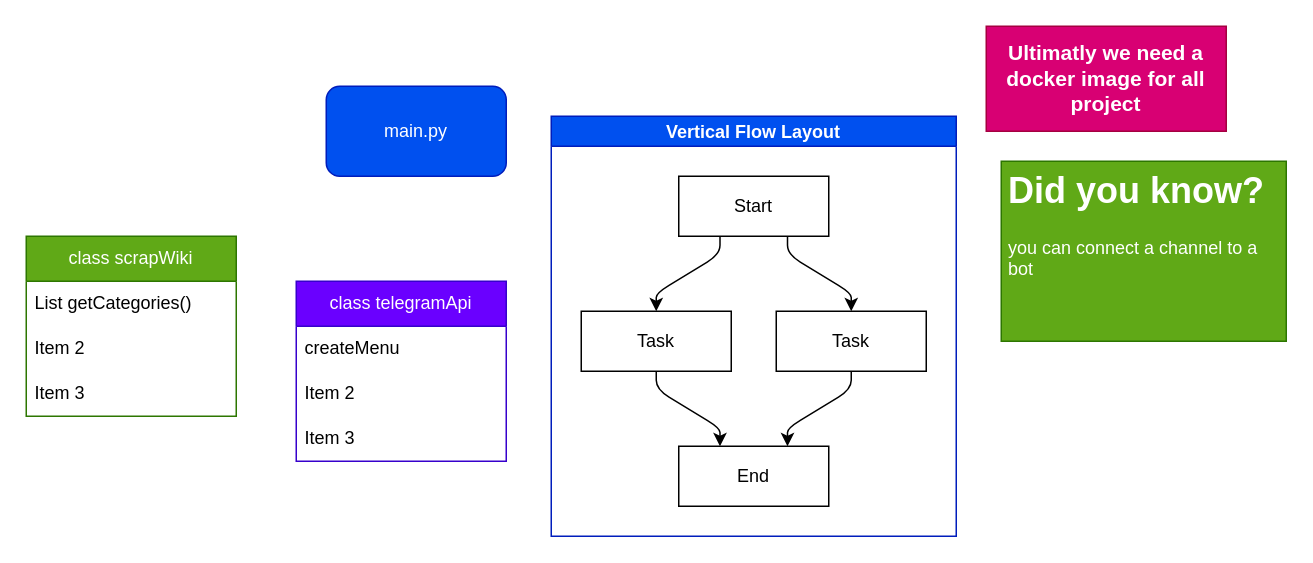
alirezaarmn/web_scrapy keeps this draw.io diagram as mywiki/projectuml.drawio. Above is the earlier version. Source tidied: cells renumbered, new cells numbered last; positions are measured from the earlier drawing's top-left corner, leaving out a move shared by most shapes. Both pictures are drawn from the tidied source at 150%, with x=0, y=0 at pixel (26, 26).
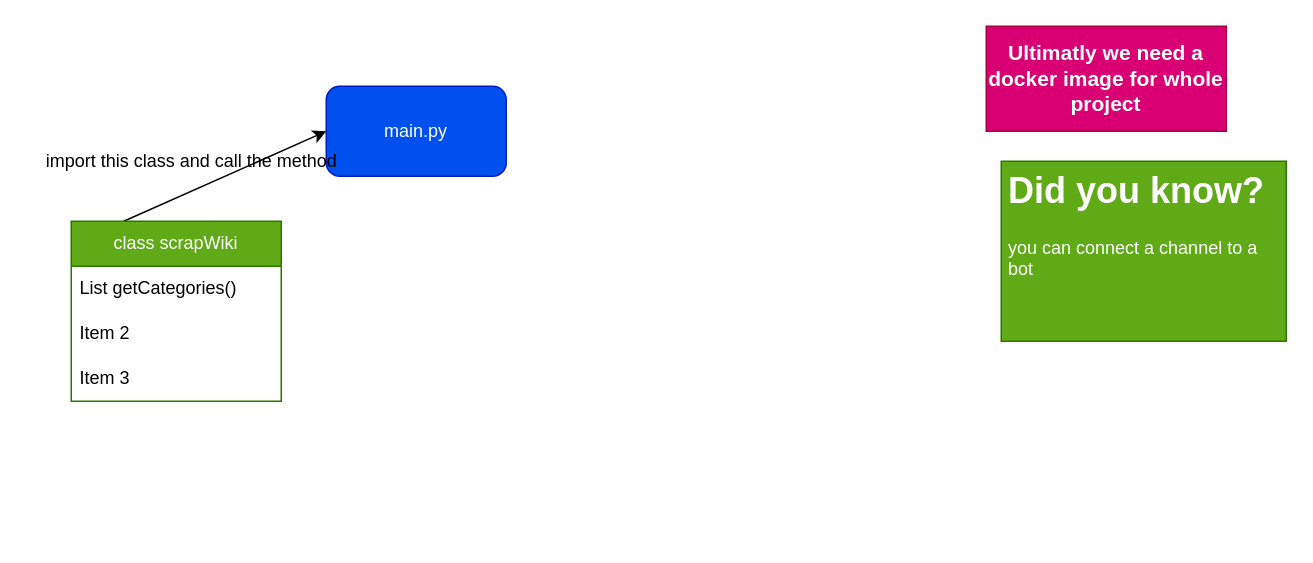
The same page after the edit.

Unchanged cells that the change refers to:
```xml
<mxCell id="2" value="main.py" style="rounded=1;whiteSpace=wrap;html=1;fillColor=#0050ef;fontColor=#ffffff;strokeColor=#001DBC;" parent="1" vertex="1">
  <mxGeometry x="200" y="40" width="120" height="60" as="geometry" />
</mxCell>
```

The edit, as a diff of the source:
```diff
@@
+    <mxCell id="22" style="edgeStyle=none;html=1;entryX=0;entryY=0.5;entryDx=0;entryDy=0;exitX=0.25;exitY=0;exitDx=0;exitDy=0;" parent="1" edge="1" source="3" target="2">
+      <mxGeometry relative="1" as="geometry" />
+    </mxCell>
     <mxCell id="3" value="class scrapWiki" style="swimlane;fontStyle=0;horizontal=1;startSize=30;whiteSpace=wrap;html=1;fillColor=#60a917;fontColor=#ffffff;strokeColor=#2D7600;" parent="1" vertex="1">
-      <mxGeometry y="140" width="140" height="120" as="geometry" />
+      <mxGeometry x="30" y="130" width="140" height="120" as="geometry" />
     </mxCell>
@@
-    <mxCell id="7" value="Vertical Flow Layout" style="swimlane;startSize=20;horizontal=1;flowOrientation=north;interRankCellSpacing=50;containerType=tree;fontSize=12;fillColor=#0050ef;fontColor=#ffffff;strokeColor=#001DBC;" parent="1" vertex="1">
-      <mxGeometry x="350" y="60" width="270" height="280" as="geometry" />
-    </mxCell>
-    <mxCell id="8" value="Start" style="whiteSpace=wrap;html=1;" parent="7" vertex="1">
-      <mxGeometry x="85" y="40" width="100" height="40" as="geometry" />
-    </mxCell>
-    <mxCell id="9" value="Task" style="whiteSpace=wrap;html=1;" parent="7" vertex="1">
-      <mxGeometry x="20" y="130" width="100" height="40" as="geometry" />
-    </mxCell>
-    <mxCell id="10" style="html=1;rounded=1;curved=0;sourcePerimeterSpacing=0;targetPerimeterSpacing=0;startSize=6;endSize=6;noEdgeStyle=1;orthogonal=1;" parent="7" edge="1" source="8" target="9">
-      <mxGeometry relative="1" as="geometry">
-        <Array as="points">
-          <mxPoint x="112.5" y="92" />
-          <mxPoint x="70" y="118" />
-        </Array>
-      </mxGeometry>
-    </mxCell>
-    <mxCell id="11" value="Task" style="whiteSpace=wrap;html=1;" parent="7" vertex="1">
-      <mxGeometry x="150" y="130" width="100" height="40" as="geometry" />
-    </mxCell>
-    <mxCell id="12" style="html=1;rounded=1;curved=0;sourcePerimeterSpacing=0;targetPerimeterSpacing=0;startSize=6;endSize=6;noEdgeStyle=1;orthogonal=1;" parent="7" edge="1" source="8" target="11">
-      <mxGeometry relative="1" as="geometry">
-        <Array as="points">
-          <mxPoint x="157.5" y="92" />
-          <mxPoint x="200" y="118" />
-        </Array>
-      </mxGeometry>
-    </mxCell>
-    <mxCell id="13" value="End" style="whiteSpace=wrap;html=1;" parent="7" vertex="1">
-      <mxGeometry x="85" y="220" width="100" height="40" as="geometry" />
-    </mxCell>
-    <mxCell id="14" style="html=1;rounded=1;curved=0;sourcePerimeterSpacing=0;targetPerimeterSpacing=0;startSize=6;endSize=6;noEdgeStyle=1;orthogonal=1;" parent="7" edge="1" source="9" target="13">
-      <mxGeometry relative="1" as="geometry">
-        <Array as="points">
-          <mxPoint x="70" y="182" />
-          <mxPoint x="112.5" y="208" />
-        </Array>
-      </mxGeometry>
-    </mxCell>
-    <mxCell id="15" style="html=1;rounded=1;curved=0;sourcePerimeterSpacing=0;targetPerimeterSpacing=0;startSize=6;endSize=6;noEdgeStyle=1;orthogonal=1;" parent="7" edge="1" source="11" target="13">
-      <mxGeometry relative="1" as="geometry">
-        <Array as="points">
-          <mxPoint x="200" y="182" />
-          <mxPoint x="157.5" y="208" />
-        </Array>
-      </mxGeometry>
-    </mxCell>
-    <mxCell id="16" value="class telegramApi" style="swimlane;fontStyle=0;horizontal=1;startSize=30;whiteSpace=wrap;html=1;fillColor=#6a00ff;fontColor=#ffffff;strokeColor=#3700CC;" parent="1" vertex="1">
-      <mxGeometry x="180" y="170" width="140" height="120" as="geometry" />
-    </mxCell>
-    <mxCell id="17" value="createMenu" style="text;strokeColor=none;fillColor=none;align=left;verticalAlign=middle;spacingLeft=4;spacingRight=4;overflow=hidden;whiteSpace=wrap;html=1;" parent="16" vertex="1">
-      <mxGeometry y="30" width="140" height="30" as="geometry" />
-    </mxCell>
-    <mxCell id="18" value="Item 2" style="text;strokeColor=none;fillColor=none;align=left;verticalAlign=middle;spacingLeft=4;spacingRight=4;overflow=hidden;whiteSpace=wrap;html=1;" parent="16" vertex="1">
-      <mxGeometry y="60" width="140" height="30" as="geometry" />
-    </mxCell>
-    <mxCell id="19" value="Item 3" style="text;strokeColor=none;fillColor=none;align=left;verticalAlign=middle;spacingLeft=4;spacingRight=4;overflow=hidden;whiteSpace=wrap;html=1;" parent="16" vertex="1">
-      <mxGeometry y="90" width="140" height="30" as="geometry" />
-    </mxCell>
@@
-    <mxCell id="21" value="&lt;b&gt;&lt;font style=&quot;font-size: 14px;&quot;&gt;Ultimatly we need a docker image for all project&lt;/font&gt;&lt;/b&gt;" style="text;html=1;strokeColor=#A50040;fillColor=#d80073;align=center;verticalAlign=middle;whiteSpace=wrap;rounded=0;fontColor=#ffffff;" parent="1" vertex="1">
+    <mxCell id="21" value="&lt;b&gt;&lt;font style=&quot;font-size: 14px;&quot;&gt;Ultimatly we need a docker image for whole project&lt;/font&gt;&lt;/b&gt;" style="text;html=1;strokeColor=#A50040;fillColor=#d80073;align=center;verticalAlign=middle;whiteSpace=wrap;rounded=0;fontColor=#ffffff;" parent="1" vertex="1">
       <mxGeometry x="640" width="160" height="70" as="geometry" />
     </mxCell>
+    <mxCell id="23" value="import this class and call the method" style="text;html=1;align=center;verticalAlign=middle;strokeColor=none;fillColor=none;" parent="1" vertex="1">
+      <mxGeometry y="75" width="220" height="30" as="geometry" />
+    </mxCell>
```
